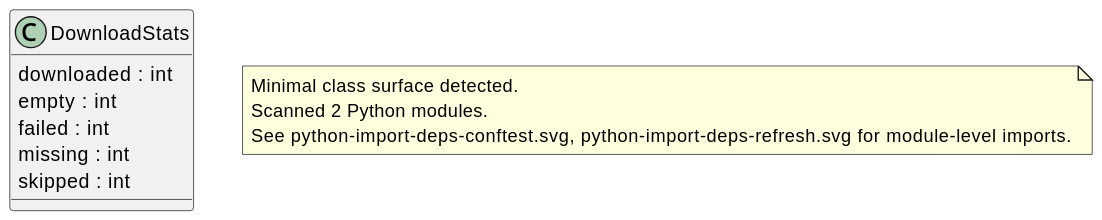
casonk/zillow-public-data keeps this PlantUML diagram as docs/diagrams/python-classes.puml.svg. Above is the earlier version.
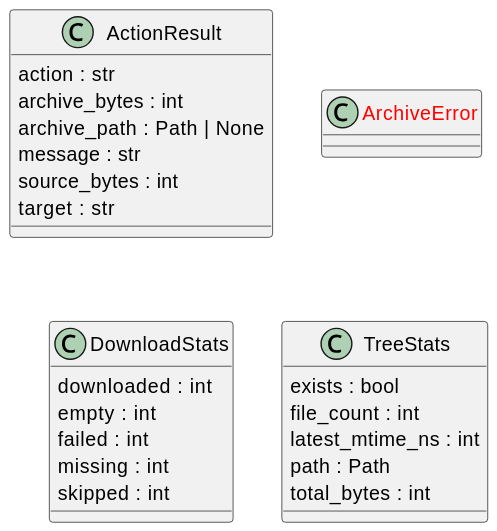
Above is the later version.

What changed in the source:
```diff
@@ -1,5 +1,15 @@
 @startuml
 set namespaceSeparator none
+class "ActionResult" as scripts.compress_generated_artifacts.ActionResult {
+  action : str
+  archive_bytes : int
+  archive_path : Path | None
+  message : str
+  source_bytes : int
+  target : str
+}
+class "<color:red>ArchiveError</color>" as scripts.compress_generated_artifacts.ArchiveError {
+}
 class "DownloadStats" as refresh.DownloadStats {
   downloaded : int
   empty : int
@@ -7,9 +17,11 @@
   missing : int
   skipped : int
 }
-note as archilityPythonSurfaceNote
-Minimal class surface detected.
-Scanned 2 Python modules.
-See python-import-deps-conftest.svg, python-import-deps-refresh.svg for module-level imports.
-end note
+class "TreeStats" as scripts.compress_generated_artifacts.TreeStats {
+  exists : bool
+  file_count : int
+  latest_mtime_ns : int
+  path : Path
+  total_bytes : int
+}
 @enduml
```
